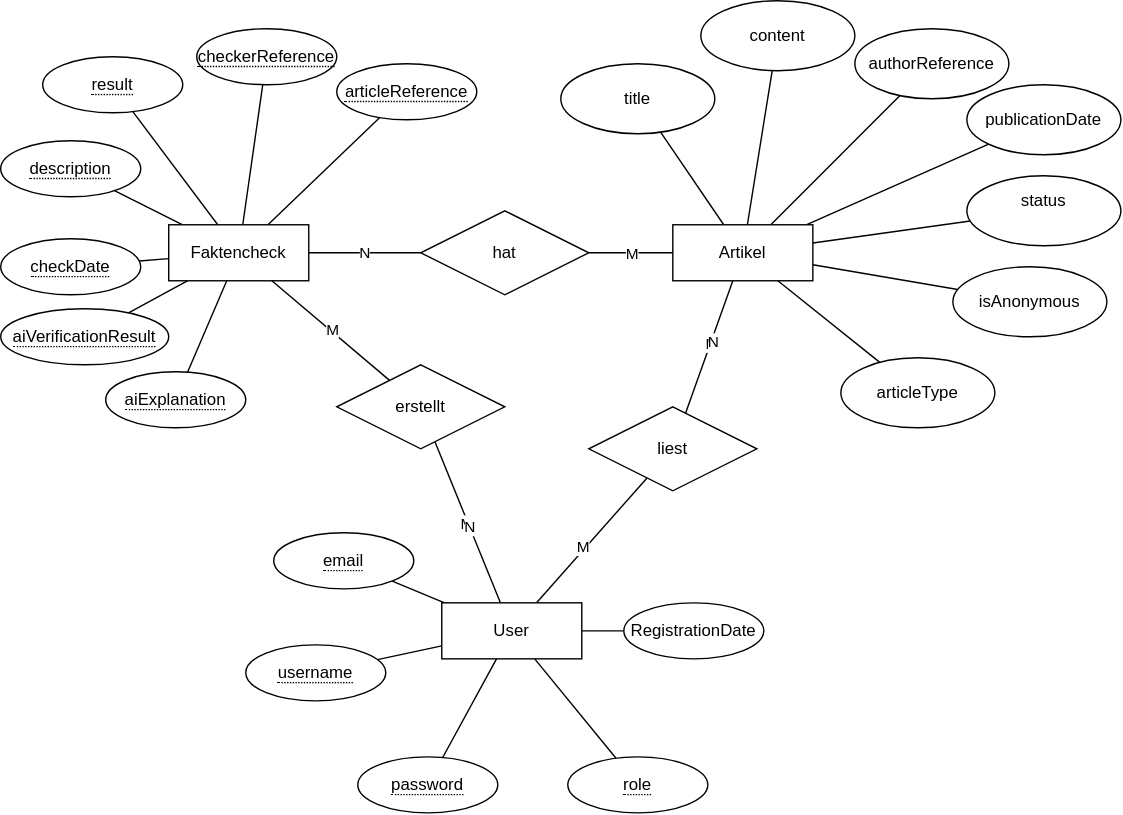
ericstrausak/truthly keeps this draw.io diagram as doc/Graphs/ER-diagram.drawio.svg. Above is the earlier version. Source tidied: cells renumbered, new cells last; positions are measured from the earlier drawing's top-left corner, leaving out a move shared by most shapes.
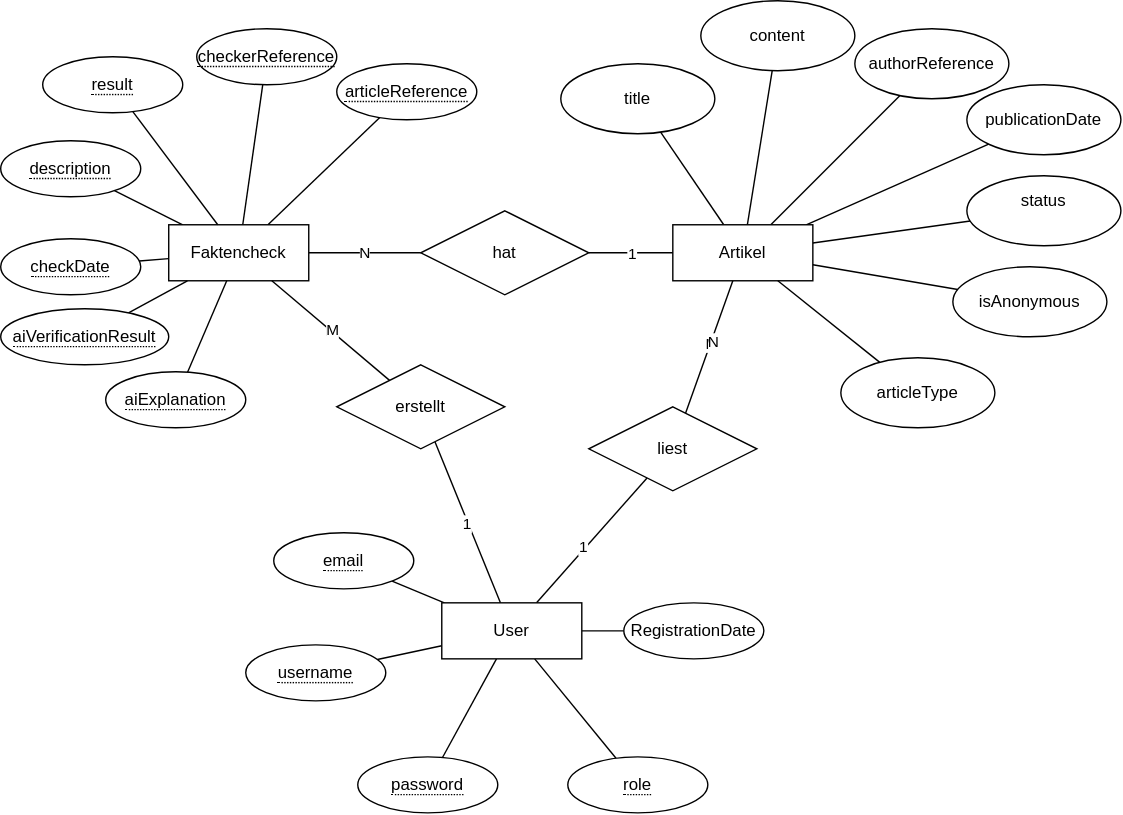
The same file after the commit.

Diff of the diagram source:
```diff
@@ -65,7 +65,7 @@
     <mxCell id="22" style="rounded=0;jettySize=auto;html=1;endArrow=none;startFill=0;" parent="1" edge="1" source="25" target="38">
       <mxGeometry relative="1" as="geometry" />
     </mxCell>
-    <mxCell id="23" value="M" style="edgeLabel;html=1;align=center;verticalAlign=middle;" parent="22" vertex="1">
+    <mxCell id="23" value="1" style="edgeLabel;html=1;align=center;verticalAlign=middle;" parent="22" vertex="1">
       <mxGeometry x="-0.13" y="2" relative="1" as="geometry" />
     </mxCell>
     <mxCell id="24" style="rounded=0;jettySize=auto;html=1;endArrow=none;startFill=0;" parent="1" edge="1" source="25" target="45">
@@ -116,7 +116,7 @@
     <mxCell id="39" style="edgeStyle=orthogonalEdgeStyle;rounded=0;jettySize=auto;html=1;endArrow=none;startFill=0;" parent="1" edge="1" source="41" target="17">
       <mxGeometry relative="1" as="geometry" />
     </mxCell>
-    <mxCell id="40" value="M" style="edgeLabel;html=1;align=center;verticalAlign=middle;" parent="39" vertex="1">
+    <mxCell id="40" value="1" style="edgeLabel;html=1;align=center;verticalAlign=middle;" parent="39" vertex="1">
       <mxGeometry x="0.02" y="-1" relative="1" as="geometry" />
     </mxCell>
     <mxCell id="41" value="hat" style="shape=rhombus;perimeter=rhombusPerimeter;whiteSpace=wrap;html=1;align=center;" parent="1" vertex="1">
@@ -158,12 +158,9 @@
     <mxCell id="53" style="rounded=0;jettySize=auto;html=1;endArrow=none;startFill=0;" parent="1" edge="1" source="56" target="25">
       <mxGeometry relative="1" as="geometry" />
     </mxCell>
-    <mxCell id="54" value="M" style="edgeLabel;html=1;align=center;verticalAlign=middle;" parent="53" vertex="1">
+    <mxCell id="54" value="1" style="edgeLabel;html=1;align=center;verticalAlign=middle;" parent="53" vertex="1">
       <mxGeometry x="0.02" y="-1" relative="1" as="geometry" />
     </mxCell>
-    <mxCell id="55" value="N" style="edgeLabel;html=1;align=center;verticalAlign=middle;" parent="53" vertex="1">
-      <mxGeometry x="0.05" relative="1" as="geometry" />
-    </mxCell>
     <mxCell id="56" value="erstellt" style="shape=rhombus;perimeter=rhombusPerimeter;whiteSpace=wrap;html=1;align=center;" parent="1" vertex="1">
       <mxGeometry x="240" y="260" width="120" height="60" as="geometry" />
     </mxCell>
```
